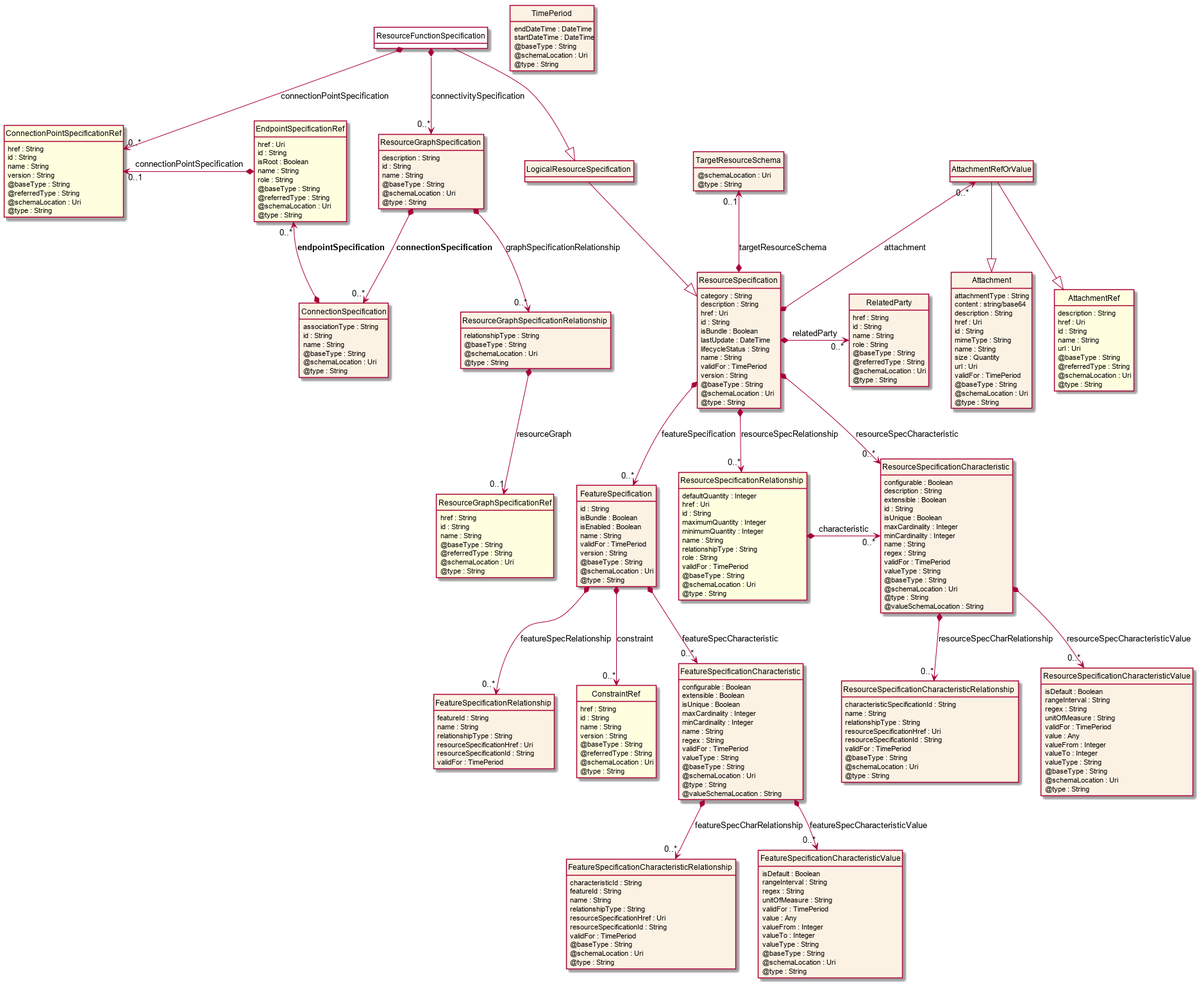
Above: apis/TMF634_Resource_Catalog/documentation/diagrams/Resource_ResourceFunctionSpecification.png in tmforum-apis/Open_Api_And_Data_Model (PlantUML), before the change. Source of this version:
```plantuml
@startuml
hide circle
hide methods
hide stereotype
show <<Enumeration>> stereotype
skinparam class {
   BackgroundColor<<Enumeration>> #E6F5F7
   BackgroundColor<<Ref>> #FFFFE0
   BackgroundColor<<Pivot>> #FFFFFFF
   BackgroundColor<<SimpleType>> #E2F0DA
   BackgroundColor #FCF2E3
}

class ResourceFunctionSpecification <<Pivot>> {

}

class ConnectionPointSpecificationRef  <<Ref>> {
    href : String
    id : String
    name : String
    version : String
    @baseType : String
    @referredType : String
    @schemaLocation : Uri
    @type : String
}

class ResourceGraphSpecification  {
    description : String
    id : String
    name : String
    @baseType : String
    @schemaLocation : Uri
    @type : String
}

class ConnectionSpecification  {
    associationType : String
    id : String
    name : String
    @baseType : String
    @schemaLocation : Uri
    @type : String
}

class EndpointSpecificationRef  <<Ref>> {
    href : Uri
    id : String
    isRoot : Boolean
    name : String
    role : String
    @baseType : String
    @referredType : String
    @schemaLocation : Uri
    @type : String
}

class ResourceGraphSpecificationRelationship  {
    relationshipType : String
    @baseType : String
    @schemaLocation : Uri
    @type : String
}

class ResourceGraphSpecificationRef  <<Ref>> {
    href : String
    id : String
    name : String
    @baseType : String
    @referredType : String
    @schemaLocation : Uri
    @type : String
}

class LogicalResourceSpecification  {

}

class ResourceSpecification  {
    category : String
    description : String
    href : Uri
    id : String
    isBundle : Boolean
    lastUpdate : DateTime
    lifecycleStatus : String
    name : String
    validFor : TimePeriod
    version : String
    @baseType : String
    @schemaLocation : Uri
    @type : String
}

class TimePeriod  {
    endDateTime : DateTime
    startDateTime : DateTime
    @baseType : String
    @schemaLocation : Uri
    @type : String
}

class RelatedParty  {
    href : String
    id : String
    name : String
    role : String
    @baseType : String
    @referredType : String
    @schemaLocation : Uri
    @type : String
}

class ResourceSpecificationCharacteristic  {
    configurable : Boolean
    description : String
    extensible : Boolean
    id : String
    isUnique : Boolean
    maxCardinality : Integer
    minCardinality : Integer
    name : String
    regex : String
    validFor : TimePeriod
    valueType : String
    @baseType : String
    @schemaLocation : Uri
    @type : String
    @valueSchemaLocation : String
}

class ResourceSpecificationCharacteristicValue  {
    isDefault : Boolean
    rangeInterval : String
    regex : String
    unitOfMeasure : String
    validFor : TimePeriod
    value : Any
    valueFrom : Integer
    valueTo : Integer
    valueType : String
    @baseType : String
    @schemaLocation : Uri
    @type : String
}

class ResourceSpecificationCharacteristicRelationship  {
    characteristicSpecificationId : String
    name : String
    relationshipType : String
    resourceSpecificationHref : Uri
    resourceSpecificationId : String
    validFor : TimePeriod
    @baseType : String
    @schemaLocation : Uri
    @type : String
}

class FeatureSpecification  {
    id : String
    isBundle : Boolean
    isEnabled : Boolean
    name : String
    validFor : TimePeriod
    version : String
    @baseType : String
    @schemaLocation : Uri
    @type : String
}

class FeatureSpecificationRelationship  {
    featureId : String
    name : String
    relationshipType : String
    resourceSpecificationHref : Uri
    resourceSpecificationId : String
    validFor : TimePeriod
}

class ConstraintRef  <<Ref>> {
    href : String
    id : String
    name : String
    version : String
    @baseType : String
    @referredType : String
    @schemaLocation : Uri
    @type : String
}

class FeatureSpecificationCharacteristic  {
    configurable : Boolean
    extensible : Boolean
    isUnique : Boolean
    maxCardinality : Integer
    minCardinality : Integer
    name : String
    regex : String
    validFor : TimePeriod
    valueType : String
    @baseType : String
    @schemaLocation : Uri
    @type : String
    @valueSchemaLocation : String
}

class FeatureSpecificationCharacteristicRelationship  {
    characteristicId : String
    featureId : String
    name : String
    relationshipType : String
    resourceSpecificationHref : Uri
    resourceSpecificationId : String
    validFor : TimePeriod
    @baseType : String
    @schemaLocation : Uri
    @type : String
}

class FeatureSpecificationCharacteristicValue  {
    isDefault : Boolean
    rangeInterval : String
    regex : String
    unitOfMeasure : String
    validFor : TimePeriod
    value : Any
    valueFrom : Integer
    valueTo : Integer
    valueType : String
    @baseType : String
    @schemaLocation : Uri
    @type : String
}

class ResourceSpecificationRelationship  <<Ref>> {
    defaultQuantity : Integer
    href : Uri
    id : String
    maximumQuantity : Integer
    minimumQuantity : Integer
    name : String
    relationshipType : String
    role : String
    validFor : TimePeriod
    @baseType : String
    @schemaLocation : Uri
    @type : String
}

class AttachmentRefOrValue  {

}

class AttachmentRef  <<Ref>> {
    description : String
    href : Uri
    id : String
    name : String
    url : Uri
    @baseType : String
    @referredType : String
    @schemaLocation : Uri
    @type : String
}

class Attachment  {
    attachmentType : String
    content : string/base64
    description : String
    href : Uri
    id : String
    mimeType : String
    name : String
    size : Quantity
    url : Uri
    validFor : TimePeriod
    @baseType : String
    @schemaLocation : Uri
    @type : String
}

class TargetResourceSchema  {
    @schemaLocation : Uri
    @type : String
}

ResourceFunctionSpecification --|> LogicalResourceSpecification

ResourceFunctionSpecification *-->  "0..*" ConnectionPointSpecificationRef : connectionPointSpecification

ResourceFunctionSpecification *-->  "0..*" ResourceGraphSpecification : connectivitySpecification

ResourceGraphSpecification *-->  "0..*" ConnectionSpecification : <b>connectionSpecification</b>

EndpointSpecificationRef "0..*" <--* ConnectionSpecification : <b>endpointSpecification</b>

ConnectionPointSpecificationRef "0..1" <-left-* EndpointSpecificationRef : connectionPointSpecification

LogicalResourceSpecification --|> ResourceSpecification

ResourceSpecification *-->  "0..*" ResourceSpecificationRelationship : resourceSpecRelationship

ResourceSpecification *-->  "0..*" ResourceSpecificationCharacteristic : resourceSpecCharacteristic

ResourceSpecificationRelationship *-right-> "0..*" ResourceSpecificationCharacteristic : characteristic

ResourceSpecification *-right-> "0..*" RelatedParty : relatedParty

AttachmentRefOrValue "0..*" <--* ResourceSpecification : attachment

TargetResourceSchema "0..1" <--* ResourceSpecification : targetResourceSchema

ResourceSpecification *-->  "0..*" FeatureSpecification : featureSpecification

FeatureSpecification -right[hidden]-> ResourceSpecificationRelationship

FeatureSpecification *-->  "0..*" FeatureSpecificationRelationship : featureSpecRelationship

FeatureSpecification *-->  "0..*" ConstraintRef : constraint

FeatureSpecification *-->  "0..*" FeatureSpecificationCharacteristic : featureSpecCharacteristic

ResourceGraphSpecification *-->  "0..*" ResourceGraphSpecificationRelationship : graphSpecificationRelationship

ResourceSpecificationCharacteristic *-->  "0..*" ResourceSpecificationCharacteristicValue : resourceSpecCharacteristicValue

ResourceSpecificationCharacteristic *-->  "0..*" ResourceSpecificationCharacteristicRelationship : resourceSpecCharRelationship

FeatureSpecificationCharacteristic *-->  "0..*" FeatureSpecificationCharacteristicRelationship : featureSpecCharRelationship

FeatureSpecificationCharacteristic *-->  "0..*" FeatureSpecificationCharacteristicValue : featureSpecCharacteristicValue

AttachmentRefOrValue --|> Attachment

AttachmentRefOrValue --|> AttachmentRef

ResourceGraphSpecificationRelationship *-->  "0..1" ResourceGraphSpecificationRef : resourceGraph

@enduml
```
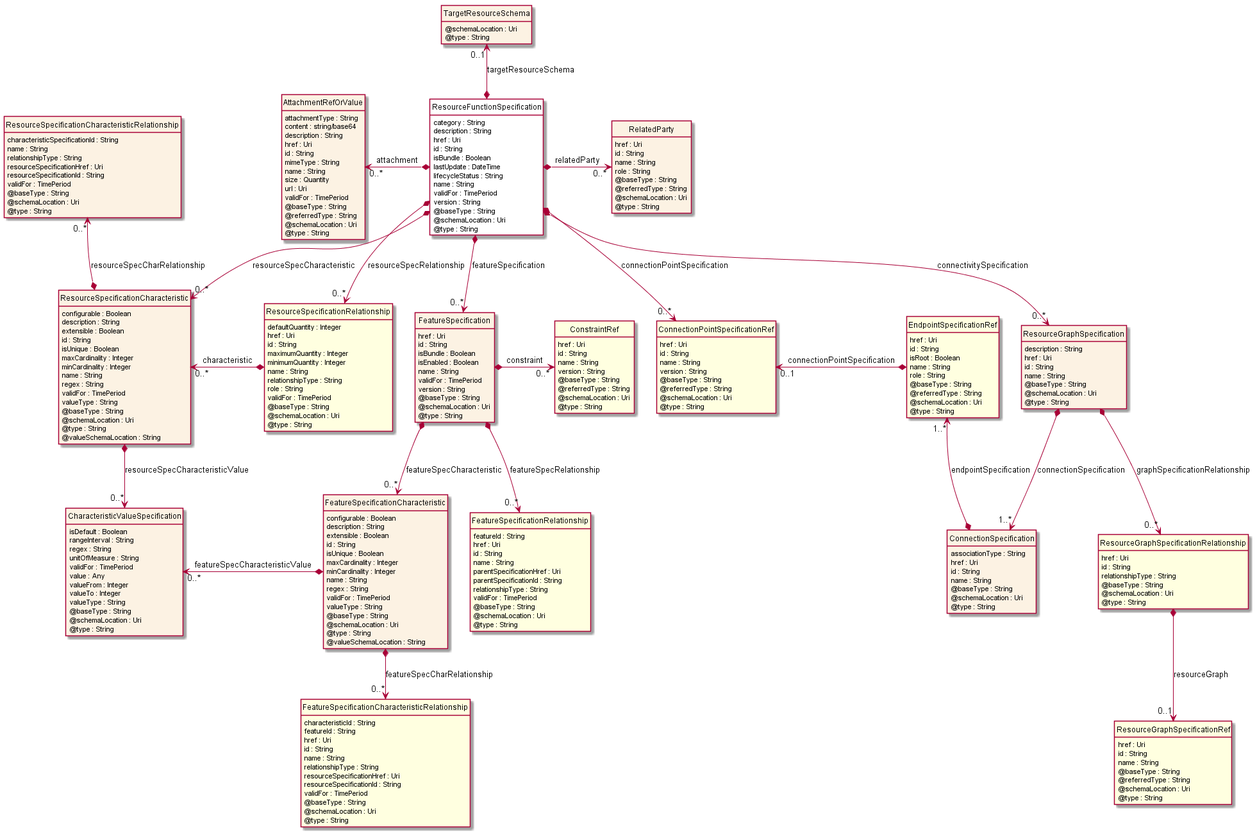
After the change.

What changed in the source:
```diff
@@ -7,19 +7,30 @@
    BackgroundColor<<Enumeration>> #E6F5F7
    BackgroundColor<<Ref>> #FFFFE0
    BackgroundColor<<Pivot>> #FFFFFFF
-   BackgroundColor<<SimpleType>> #E2F0DA
    BackgroundColor #FCF2E3
 }
 
-class ResourceFunctionSpecification <<Pivot>> {
-
+class ResourceFunctionSpecification  <<Pivot>> {
+    category : String
+    description : String
+    href : Uri
+    id : String
+    isBundle : Boolean
+    lastUpdate : DateTime
+    lifecycleStatus : String
+    name : String
+    validFor : TimePeriod
+    version : String
+    @baseType : String
+    @schemaLocation : Uri
+    @type : String
 }
 
-class ConnectionPointSpecificationRef  <<Ref>> {
-    href : String
+class RelatedParty  {
+    href : Uri
     id : String
     name : String
-    version : String
+    role : String
     @baseType : String
     @referredType : String
     @schemaLocation : Uri
@@ -28,6 +39,7 @@
 
 class ResourceGraphSpecification  {
     description : String
+    href : Uri
     id : String
     name : String
     @baseType : String
@@ -37,6 +49,7 @@
 
 class ConnectionSpecification  {
     associationType : String
+    href : Uri
     id : String
     name : String
     @baseType : String
@@ -56,7 +69,20 @@
     @type : String
 }
 
-class ResourceGraphSpecificationRelationship  {
+class ConnectionPointSpecificationRef  <<Ref>> {
+    href : Uri
+    id : String
+    name : String
+    version : String
+    @baseType : String
+    @referredType : String
+    @schemaLocation : Uri
+    @type : String
+}
+
+class ResourceGraphSpecificationRelationship  <<Ref>> {
+    href : Uri
+    id : String
     relationshipType : String
     @baseType : String
     @schemaLocation : Uri
@@ -64,48 +90,9 @@
 }
 
 class ResourceGraphSpecificationRef  <<Ref>> {
-    href : String
+    href : Uri
     id : String
     name : String
-    @baseType : String
-    @referredType : String
-    @schemaLocation : Uri
-    @type : String
-}
-
-class LogicalResourceSpecification  {
-
-}
-
-class ResourceSpecification  {
-    category : String
-    description : String
-    href : Uri
-    id : String
-    isBundle : Boolean
-    lastUpdate : DateTime
-    lifecycleStatus : String
-    name : String
-    validFor : TimePeriod
-    version : String
-    @baseType : String
-    @schemaLocation : Uri
-    @type : String
-}
-
-class TimePeriod  {
-    endDateTime : DateTime
-    startDateTime : DateTime
-    @baseType : String
-    @schemaLocation : Uri
-    @type : String
-}
-
-class RelatedParty  {
-    href : String
-    id : String
-    name : String
-    role : String
     @baseType : String
     @referredType : String
     @schemaLocation : Uri
@@ -130,7 +117,7 @@
     @valueSchemaLocation : String
 }
 
-class ResourceSpecificationCharacteristicValue  {
+class CharacteristicValueSpecification  {
     isDefault : Boolean
     rangeInterval : String
     regex : String
@@ -158,6 +145,7 @@
 }
 
 class FeatureSpecification  {
+    href : Uri
     id : String
     isBundle : Boolean
     isEnabled : Boolean
@@ -169,17 +157,22 @@
     @type : String
 }
 
-class FeatureSpecificationRelationship  {
+class FeatureSpecificationRelationship  <<Ref>> {
     featureId : String
+    href : Uri
+    id : String
     name : String
+    parentSpecificationHref : Uri
+    parentSpecificationId : String
     relationshipType : String
-    resourceSpecificationHref : Uri
-    resourceSpecificationId : String
     validFor : TimePeriod
+    @baseType : String
+    @schemaLocation : Uri
+    @type : String
 }
 
 class ConstraintRef  <<Ref>> {
-    href : String
+    href : Uri
     id : String
     name : String
     version : String
@@ -191,7 +184,9 @@
 
 class FeatureSpecificationCharacteristic  {
     configurable : Boolean
+    description : String
     extensible : Boolean
+    id : String
     isUnique : Boolean
     maxCardinality : Integer
     minCardinality : Integer
@@ -205,29 +200,16 @@
     @valueSchemaLocation : String
 }
 
-class FeatureSpecificationCharacteristicRelationship  {
+class FeatureSpecificationCharacteristicRelationship  <<Ref>> {
     characteristicId : String
     featureId : String
+    href : Uri
+    id : String
     name : String
     relationshipType : String
     resourceSpecificationHref : Uri
     resourceSpecificationId : String
     validFor : TimePeriod
-    @baseType : String
-    @schemaLocation : Uri
-    @type : String
-}
-
-class FeatureSpecificationCharacteristicValue  {
-    isDefault : Boolean
-    rangeInterval : String
-    regex : String
-    unitOfMeasure : String
-    validFor : TimePeriod
-    value : Any
-    valueFrom : Integer
-    valueTo : Integer
-    valueType : String
     @baseType : String
     @schemaLocation : Uri
     @type : String
@@ -249,22 +231,6 @@
 }
 
 class AttachmentRefOrValue  {
-
-}
-
-class AttachmentRef  <<Ref>> {
-    description : String
-    href : Uri
-    id : String
-    name : String
-    url : Uri
-    @baseType : String
-    @referredType : String
-    @schemaLocation : Uri
-    @type : String
-}
-
-class Attachment  {
     attachmentType : String
     content : string/base64
     description : String
@@ -276,6 +242,7 @@
     url : Uri
     validFor : TimePeriod
     @baseType : String
+    @referredType : String
     @schemaLocation : Uri
     @type : String
 }
@@ -285,55 +252,45 @@
     @type : String
 }
 
-ResourceFunctionSpecification --|> LogicalResourceSpecification
+ResourceFunctionSpecification *-->  "0..*" ConnectionPointSpecificationRef : connectionPointSpecification
 
-ResourceFunctionSpecification *-->  "0..*" ConnectionPointSpecificationRef : connectionPointSpecification
+ResourceFunctionSpecification *-->  "0..*" ResourceSpecificationRelationship : resourceSpecRelationship
+
+ResourceFunctionSpecification *-->  "0..*" ResourceSpecificationCharacteristic : resourceSpecCharacteristic
 
 ResourceFunctionSpecification *-->  "0..*" ResourceGraphSpecification : connectivitySpecification
 
-ResourceGraphSpecification *-->  "0..*" ConnectionSpecification : <b>connectionSpecification</b>
+ResourceFunctionSpecification *-->  "0..*" FeatureSpecification : featureSpecification
 
-EndpointSpecificationRef "0..*" <--* ConnectionSpecification : <b>endpointSpecification</b>
+ResourceSpecificationCharacteristic *-->  "0..*" CharacteristicValueSpecification : resourceSpecCharacteristicValue
+
+ResourceGraphSpecification *-->  "1..*" ConnectionSpecification : connectionSpecification
+
+EndpointSpecificationRef "1..*" <--* ConnectionSpecification : endpointSpecification
 
 ConnectionPointSpecificationRef "0..1" <-left-* EndpointSpecificationRef : connectionPointSpecification
 
-LogicalResourceSpecification --|> ResourceSpecification
+FeatureSpecification *-->  "0..*" FeatureSpecificationCharacteristic : featureSpecCharacteristic
 
-ResourceSpecification *-->  "0..*" ResourceSpecificationRelationship : resourceSpecRelationship
-
-ResourceSpecification *-->  "0..*" ResourceSpecificationCharacteristic : resourceSpecCharacteristic
+CharacteristicValueSpecification "0..*" <-left-* FeatureSpecificationCharacteristic : featureSpecCharacteristicValue
 
 ResourceSpecificationRelationship *-right-> "0..*" ResourceSpecificationCharacteristic : characteristic
 
-ResourceSpecification *-right-> "0..*" RelatedParty : relatedParty
+AttachmentRefOrValue "0..*" <-left-* ResourceFunctionSpecification : attachment
 
-AttachmentRefOrValue "0..*" <--* ResourceSpecification : attachment
+ResourceFunctionSpecification *-right-> "0..*" RelatedParty : relatedParty
 
-TargetResourceSchema "0..1" <--* ResourceSpecification : targetResourceSchema
+TargetResourceSchema "0..1" <--* ResourceFunctionSpecification : targetResourceSchema
 
-ResourceSpecification *-->  "0..*" FeatureSpecification : featureSpecification
-
-FeatureSpecification -right[hidden]-> ResourceSpecificationRelationship
+FeatureSpecification *-right-> "0..*" ConstraintRef : constraint
 
 FeatureSpecification *-->  "0..*" FeatureSpecificationRelationship : featureSpecRelationship
 
-FeatureSpecification *-->  "0..*" ConstraintRef : constraint
-
-FeatureSpecification *-->  "0..*" FeatureSpecificationCharacteristic : featureSpecCharacteristic
-
 ResourceGraphSpecification *-->  "0..*" ResourceGraphSpecificationRelationship : graphSpecificationRelationship
 
-ResourceSpecificationCharacteristic *-->  "0..*" ResourceSpecificationCharacteristicValue : resourceSpecCharacteristicValue
-
-ResourceSpecificationCharacteristic *-->  "0..*" ResourceSpecificationCharacteristicRelationship : resourceSpecCharRelationship
+ResourceSpecificationCharacteristicRelationship "0..*" <--* ResourceSpecificationCharacteristic : resourceSpecCharRelationship
 
 FeatureSpecificationCharacteristic *-->  "0..*" FeatureSpecificationCharacteristicRelationship : featureSpecCharRelationship
-
-FeatureSpecificationCharacteristic *-->  "0..*" FeatureSpecificationCharacteristicValue : featureSpecCharacteristicValue
-
-AttachmentRefOrValue --|> Attachment
-
-AttachmentRefOrValue --|> AttachmentRef
 
 ResourceGraphSpecificationRelationship *-->  "0..1" ResourceGraphSpecificationRef : resourceGraph
 
```
